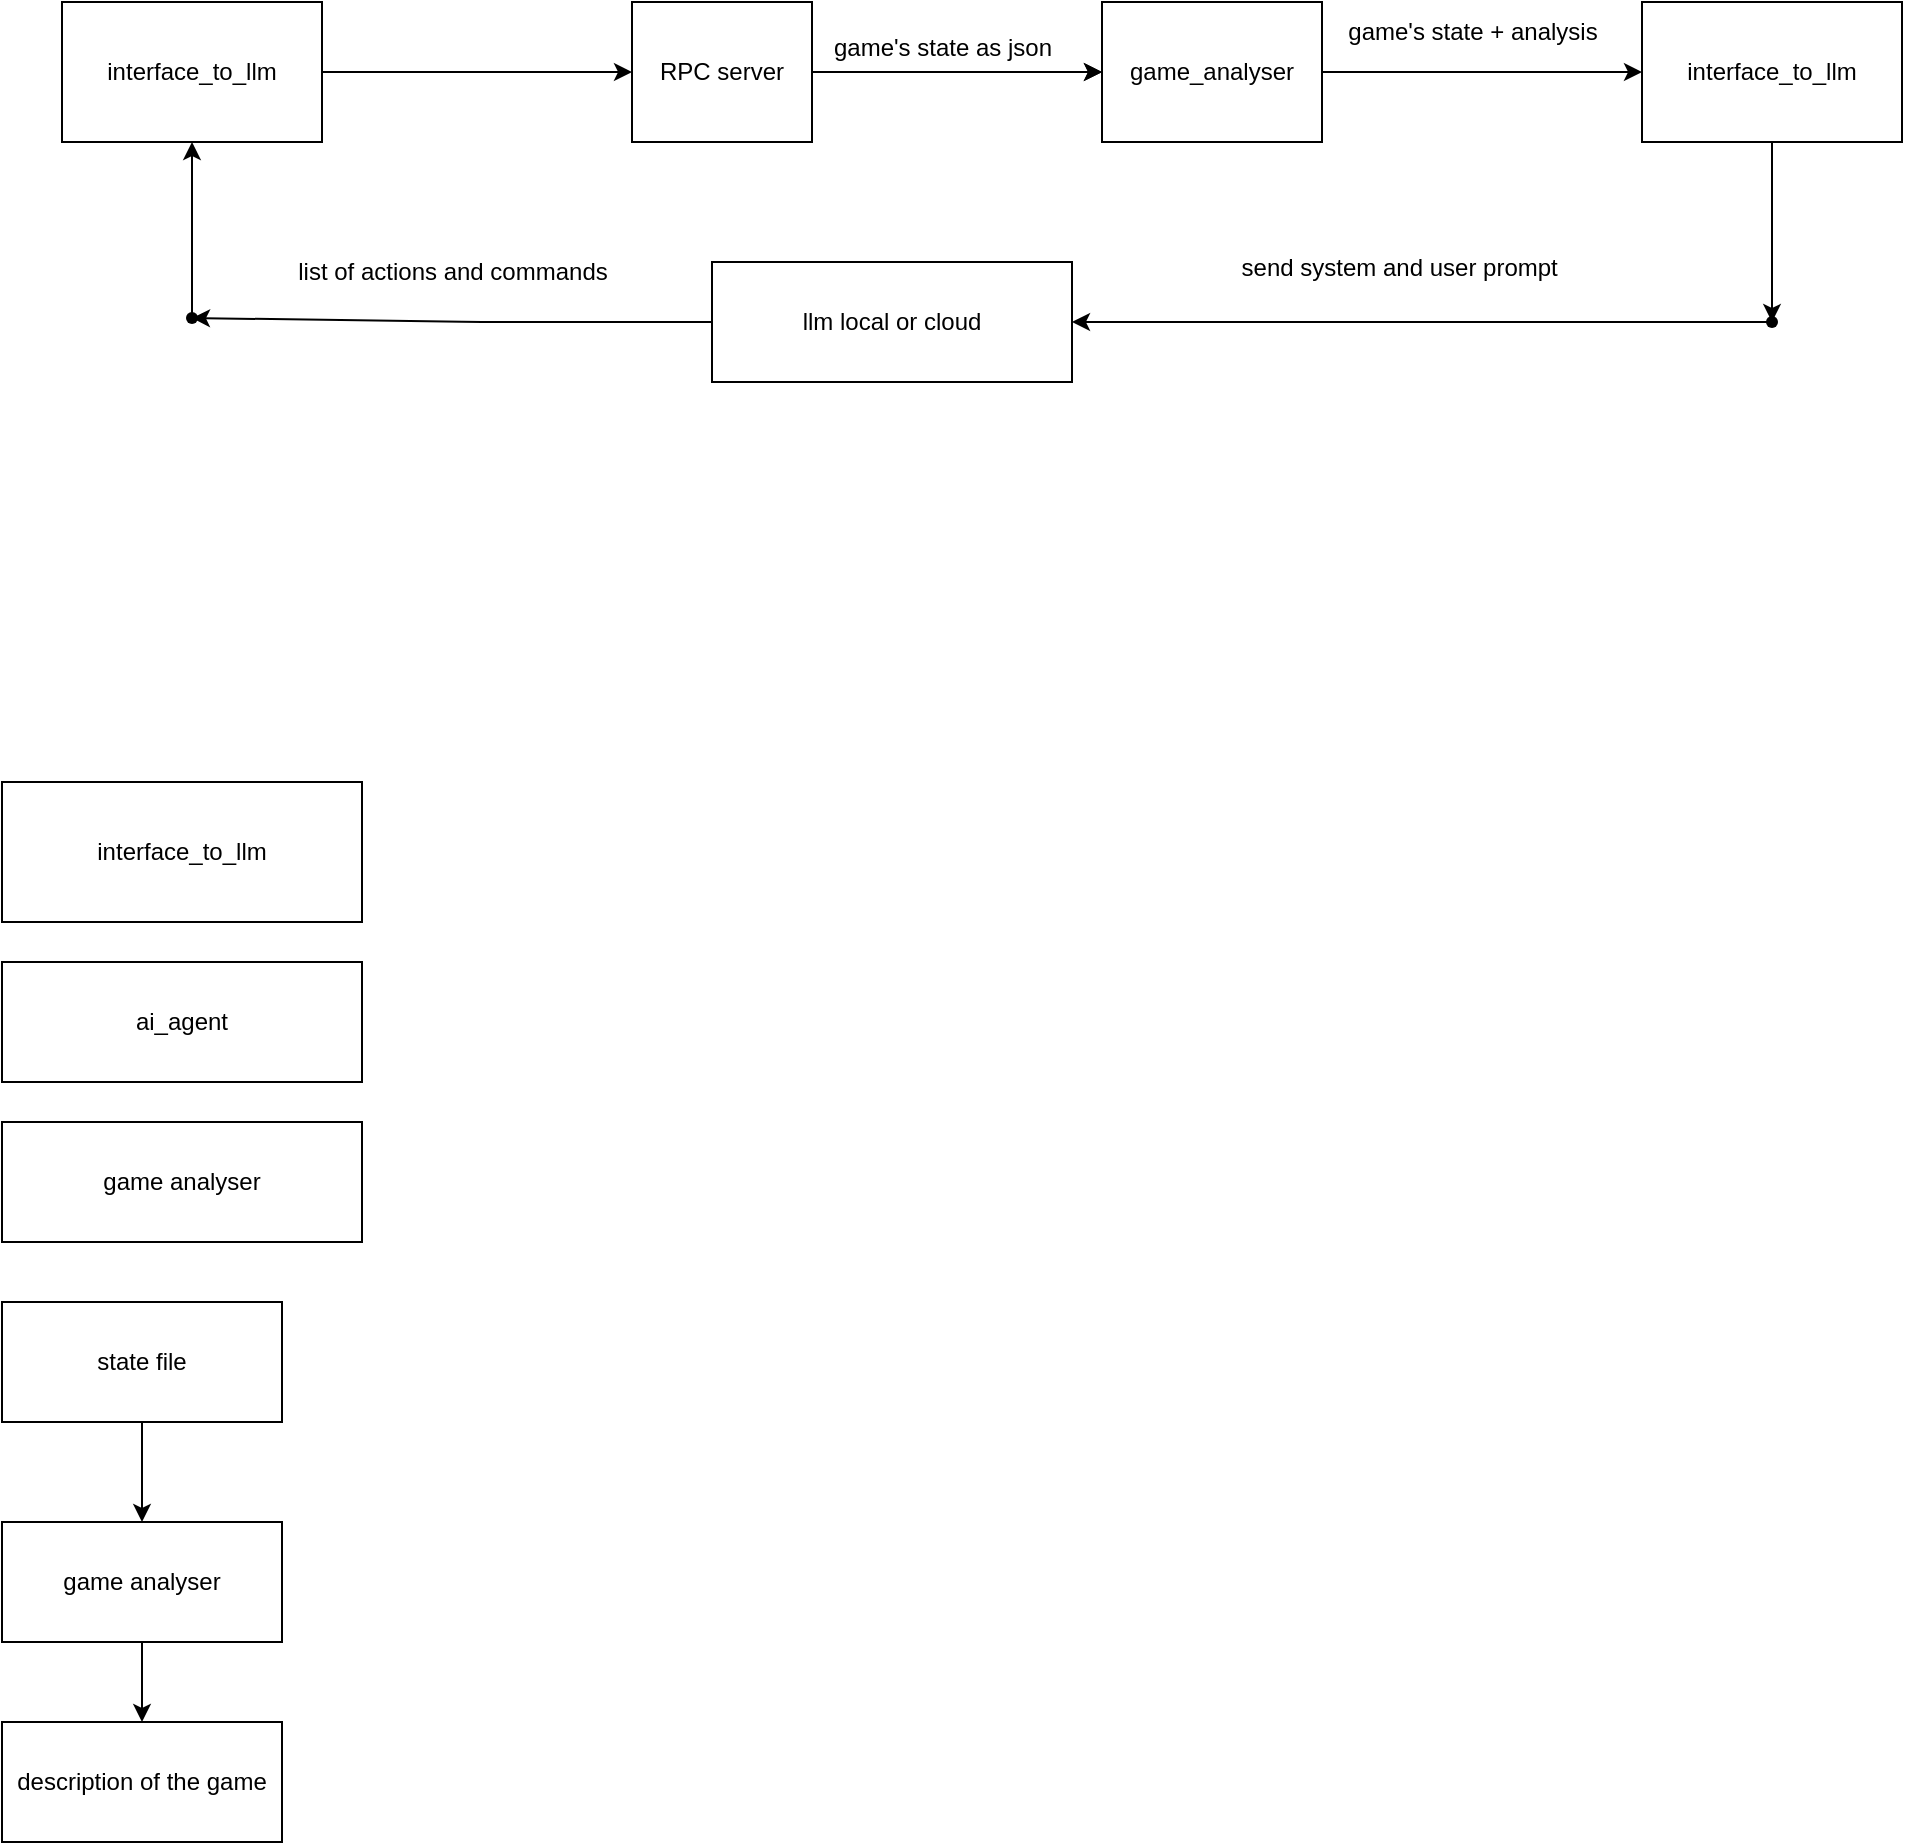
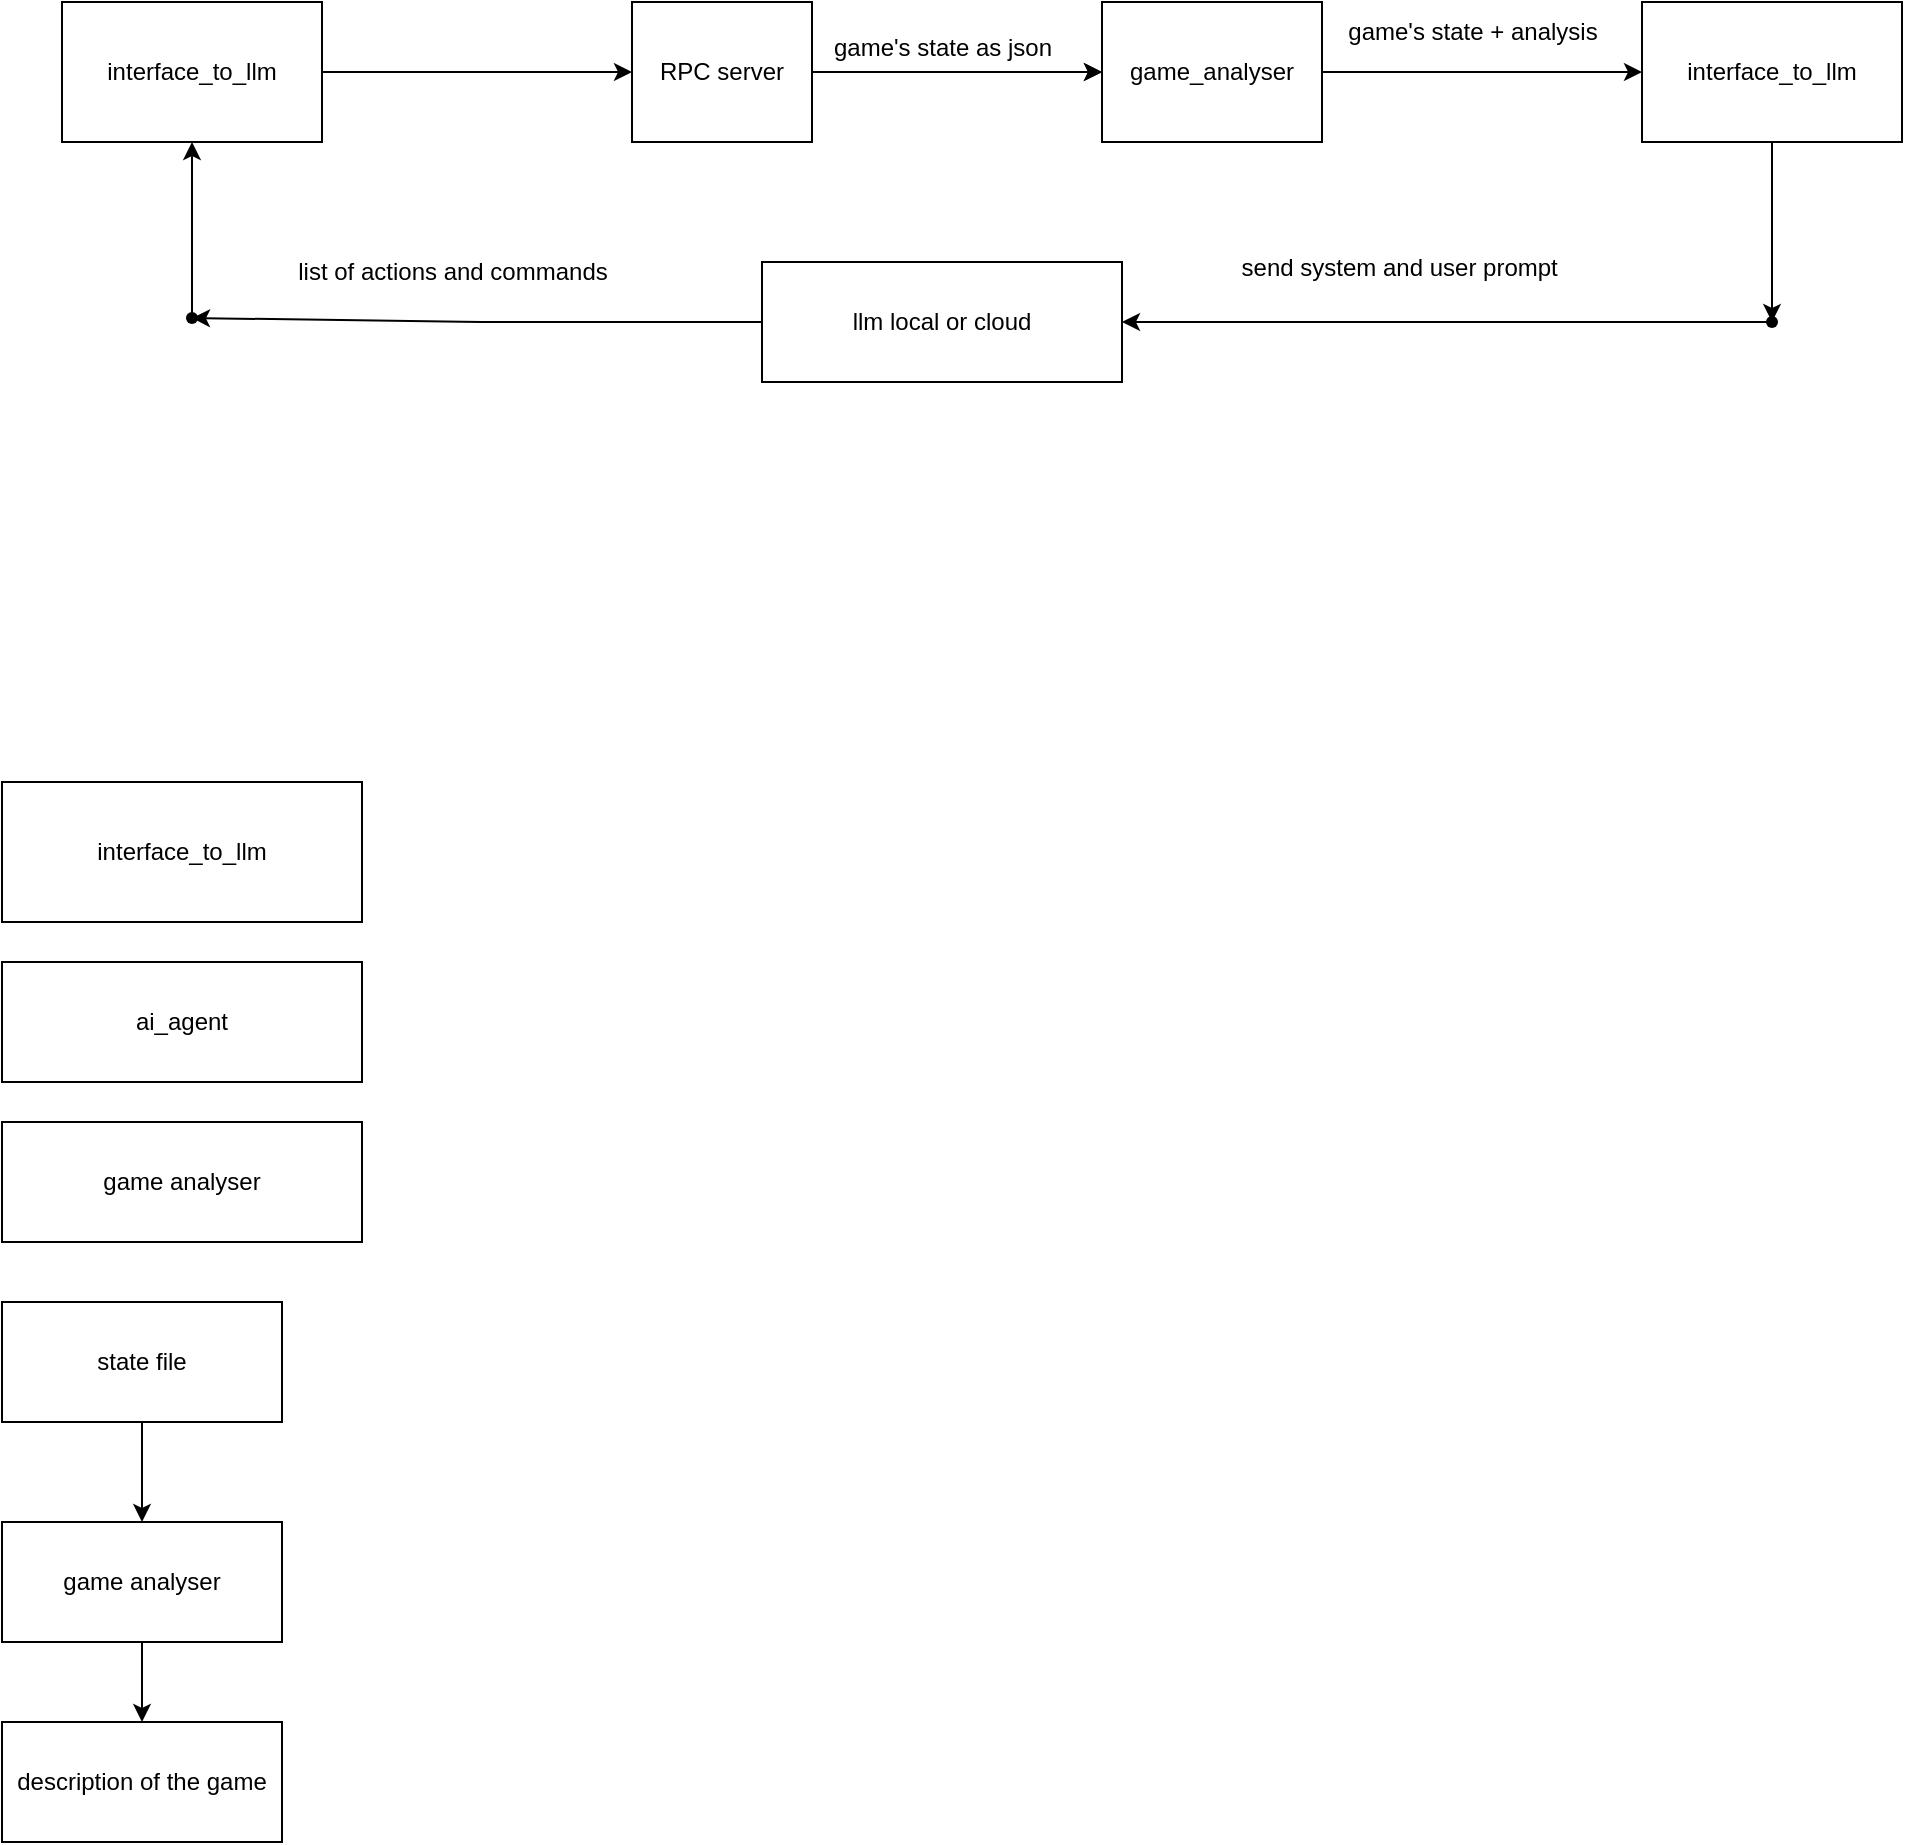
<mxfile host="65bd71144e">
    <diagram id="zoJ9TyPGvdE4jrb6pa0-" name="Page-1">
-         <mxGraphModel dx="2236" dy="533" grid="1" gridSize="10" guides="1" tooltips="1" connect="1" arrows="1" fold="1" page="1" pageScale="1" pageWidth="850" pageHeight="1100" math="0" shadow="0">
+         <mxGraphModel dx="2123" dy="627" grid="1" gridSize="10" guides="1" tooltips="1" connect="1" arrows="1" fold="1" page="1" pageScale="1" pageWidth="850" pageHeight="1100" math="0" shadow="0">
            <root>
                <mxCell id="0"/>
                <mxCell id="1" parent="0"/>
-                 <mxCell id="13" value="" style="edgeStyle=none;html=1;" edge="1" parent="1" source="2">
+                 <mxCell id="13" value="" style="edgeStyle=none;html=1;" parent="1" source="2" edge="1">
                    <mxGeometry relative="1" as="geometry">
                        <mxPoint x="320" y="55" as="targetPoint"/>
                    </mxGeometry>
                </mxCell>
                <mxCell id="2" value="RPC server" style="rounded=0;whiteSpace=wrap;html=1;" parent="1" vertex="1">
                    <mxGeometry x="85" y="20" width="90" height="70" as="geometry"/>
                </mxCell>
                <mxCell id="3" value="ai_agent" style="rounded=0;whiteSpace=wrap;html=1;" parent="1" vertex="1">
                    <mxGeometry x="-230" y="500" width="180" height="60" as="geometry"/>
                </mxCell>
                <mxCell id="4" value="game analyser" style="rounded=0;whiteSpace=wrap;html=1;" parent="1" vertex="1">
                    <mxGeometry x="-230" y="580" width="180" height="60" as="geometry"/>
                </mxCell>
                <mxCell id="9" value="" style="edgeStyle=none;html=1;" parent="1" source="5" target="8" edge="1">
                    <mxGeometry relative="1" as="geometry"/>
                </mxCell>
                <mxCell id="5" value="&lt;span style=&quot;color: rgb(0, 0, 0);&quot;&gt;game analyser&lt;/span&gt;" style="rounded=0;whiteSpace=wrap;html=1;" parent="1" vertex="1">
                    <mxGeometry x="-230" y="780" width="140" height="60" as="geometry"/>
                </mxCell>
                <mxCell id="7" value="" style="edgeStyle=none;html=1;" parent="1" source="6" target="5" edge="1">
                    <mxGeometry relative="1" as="geometry"/>
                </mxCell>
                <mxCell id="6" value="state file" style="rounded=0;whiteSpace=wrap;html=1;" parent="1" vertex="1">
                    <mxGeometry x="-230" y="670" width="140" height="60" as="geometry"/>
                </mxCell>
                <mxCell id="8" value="description of the game" style="rounded=0;whiteSpace=wrap;html=1;" parent="1" vertex="1">
                    <mxGeometry x="-230" y="880" width="140" height="60" as="geometry"/>
                </mxCell>
-                 <mxCell id="19" value="" style="edgeStyle=none;html=1;" edge="1" parent="1" target="16">
+                 <mxCell id="19" value="" style="edgeStyle=none;html=1;" parent="1" target="16" edge="1">
                    <mxGeometry relative="1" as="geometry">
                        <mxPoint x="290" y="55" as="sourcePoint"/>
                    </mxGeometry>
                </mxCell>
-                 <mxCell id="15" value="" style="edgeStyle=none;html=1;" edge="1" parent="1" source="10" target="2">
+                 <mxCell id="15" value="" style="edgeStyle=none;html=1;" parent="1" source="10" target="2" edge="1">
                    <mxGeometry relative="1" as="geometry"/>
                </mxCell>
-                 <mxCell id="22" value="" style="edgeStyle=none;html=1;" edge="1" parent="1" source="16" target="21">
+                 <mxCell id="22" value="" style="edgeStyle=none;html=1;" parent="1" source="16" target="21" edge="1">
                    <mxGeometry relative="1" as="geometry"/>
                </mxCell>
-                 <mxCell id="16" value="game_analyser" style="rounded=0;whiteSpace=wrap;html=1;" vertex="1" parent="1">
+                 <mxCell id="16" value="game_analyser" style="rounded=0;whiteSpace=wrap;html=1;" parent="1" vertex="1">
                    <mxGeometry x="320" y="20" width="110" height="70" as="geometry"/>
                </mxCell>
-                 <mxCell id="10" value="interface_to_llm" style="rounded=0;whiteSpace=wrap;html=1;" vertex="1" parent="1">
+                 <mxCell id="10" value="interface_to_llm" style="rounded=0;whiteSpace=wrap;html=1;" parent="1" vertex="1">
                    <mxGeometry x="-200" y="20" width="130" height="70" as="geometry"/>
                </mxCell>
-                 <mxCell id="24" value="" style="edgeStyle=none;html=1;" edge="1" parent="1" source="21" target="23">
+                 <mxCell id="24" value="" style="edgeStyle=none;html=1;" parent="1" source="21" target="23" edge="1">
                    <mxGeometry relative="1" as="geometry"/>
                </mxCell>
-                 <mxCell id="21" value="interface_to_llm" style="rounded=0;whiteSpace=wrap;html=1;" vertex="1" parent="1">
+                 <mxCell id="21" value="interface_to_llm" style="rounded=0;whiteSpace=wrap;html=1;" parent="1" vertex="1">
                    <mxGeometry x="590" y="20" width="130" height="70" as="geometry"/>
                </mxCell>
-                 <mxCell id="23" value="" style="shape=waypoint;sketch=0;size=6;pointerEvents=1;points=[];fillColor=default;resizable=0;rotatable=0;perimeter=centerPerimeter;snapToPoint=1;rounded=0;" vertex="1" parent="1">
+                 <mxCell id="23" value="" style="shape=waypoint;sketch=0;size=6;pointerEvents=1;points=[];fillColor=default;resizable=0;rotatable=0;perimeter=centerPerimeter;snapToPoint=1;rounded=0;" parent="1" vertex="1">
                    <mxGeometry x="645" y="170" width="20" height="20" as="geometry"/>
                </mxCell>
-                 <mxCell id="30" value="interface_to_llm" style="rounded=0;whiteSpace=wrap;html=1;" vertex="1" parent="1">
+                 <mxCell id="30" value="interface_to_llm" style="rounded=0;whiteSpace=wrap;html=1;" parent="1" vertex="1">
                    <mxGeometry x="-230" y="410" width="180" height="70" as="geometry"/>
                </mxCell>
-                 <mxCell id="31" value="game&#39;s state as json" style="text;html=1;align=center;verticalAlign=middle;resizable=0;points=[];autosize=1;strokeColor=none;fillColor=none;" vertex="1" parent="1">
+                 <mxCell id="31" value="game&#39;s state as json" style="text;html=1;align=center;verticalAlign=middle;resizable=0;points=[];autosize=1;strokeColor=none;fillColor=none;" parent="1" vertex="1">
                    <mxGeometry x="175" y="28" width="130" height="30" as="geometry"/>
                </mxCell>
-                 <mxCell id="32" value="game&#39;s state + analysis" style="text;html=1;align=center;verticalAlign=middle;resizable=0;points=[];autosize=1;strokeColor=none;fillColor=none;" vertex="1" parent="1">
+                 <mxCell id="32" value="game&#39;s state + analysis" style="text;html=1;align=center;verticalAlign=middle;resizable=0;points=[];autosize=1;strokeColor=none;fillColor=none;" parent="1" vertex="1">
                    <mxGeometry x="430" y="20" width="150" height="30" as="geometry"/>
                </mxCell>
-                 <mxCell id="34" value="" style="edgeStyle=none;html=1;" edge="1" parent="1" source="23" target="33">
+                 <mxCell id="34" value="" style="edgeStyle=none;html=1;" parent="1" source="23" target="33" edge="1">
                    <mxGeometry relative="1" as="geometry">
                        <mxPoint x="655" y="180" as="sourcePoint"/>
                        <mxPoint x="-355" y="180" as="targetPoint"/>
                    </mxGeometry>
                </mxCell>
-                 <mxCell id="43" value="" style="edgeStyle=none;html=1;" edge="1" parent="1" source="33" target="42">
+                 <mxCell id="43" value="" style="edgeStyle=none;html=1;" parent="1" source="33" target="42" edge="1">
                    <mxGeometry relative="1" as="geometry">
                        <Array as="points">
                            <mxPoint x="10" y="180"/>
                        </Array>
                    </mxGeometry>
                </mxCell>
-                 <mxCell id="33" value="llm local or cloud" style="rounded=0;whiteSpace=wrap;html=1;" vertex="1" parent="1">
-                     <mxGeometry x="125" y="150" width="180" height="60" as="geometry"/>
+                 <mxCell id="33" value="llm local or cloud" style="rounded=0;whiteSpace=wrap;html=1;" parent="1" vertex="1">
+                     <mxGeometry x="150" y="150" width="180" height="60" as="geometry"/>
                </mxCell>
-                 <mxCell id="35" value="send system and user prompt&amp;nbsp;" style="text;html=1;align=center;verticalAlign=middle;resizable=0;points=[];autosize=1;strokeColor=none;fillColor=none;" vertex="1" parent="1">
+                 <mxCell id="35" value="send system and user prompt&amp;nbsp;" style="text;html=1;align=center;verticalAlign=middle;resizable=0;points=[];autosize=1;strokeColor=none;fillColor=none;" parent="1" vertex="1">
                    <mxGeometry x="380" y="138" width="180" height="30" as="geometry"/>
                </mxCell>
-                 <mxCell id="36" value="list of actions and commands" style="text;html=1;align=center;verticalAlign=middle;resizable=0;points=[];autosize=1;strokeColor=none;fillColor=none;" vertex="1" parent="1">
+                 <mxCell id="36" value="list of actions and commands" style="text;html=1;align=center;verticalAlign=middle;resizable=0;points=[];autosize=1;strokeColor=none;fillColor=none;" parent="1" vertex="1">
                    <mxGeometry x="-95" y="140" width="180" height="30" as="geometry"/>
                </mxCell>
-                 <mxCell id="45" value="" style="edgeStyle=none;html=1;exitX=0.45;exitY=0.75;exitDx=0;exitDy=0;exitPerimeter=0;" edge="1" parent="1" source="42" target="10">
+                 <mxCell id="45" value="" style="edgeStyle=none;html=1;exitX=0.45;exitY=0.75;exitDx=0;exitDy=0;exitPerimeter=0;" parent="1" source="42" target="10" edge="1">
                    <mxGeometry relative="1" as="geometry">
                        <mxPoint x="-90" y="220" as="sourcePoint"/>
                        <Array as="points"/>
                    </mxGeometry>
                </mxCell>
-                 <mxCell id="42" value="" style="shape=waypoint;sketch=0;size=6;pointerEvents=1;points=[];fillColor=default;resizable=0;rotatable=0;perimeter=centerPerimeter;snapToPoint=1;rounded=0;" vertex="1" parent="1">
+                 <mxCell id="42" value="" style="shape=waypoint;sketch=0;size=6;pointerEvents=1;points=[];fillColor=default;resizable=0;rotatable=0;perimeter=centerPerimeter;snapToPoint=1;rounded=0;" parent="1" vertex="1">
                    <mxGeometry x="-145" y="168" width="20" height="20" as="geometry"/>
                </mxCell>
            </root>
        </mxGraphModel>
    </diagram>
</mxfile>